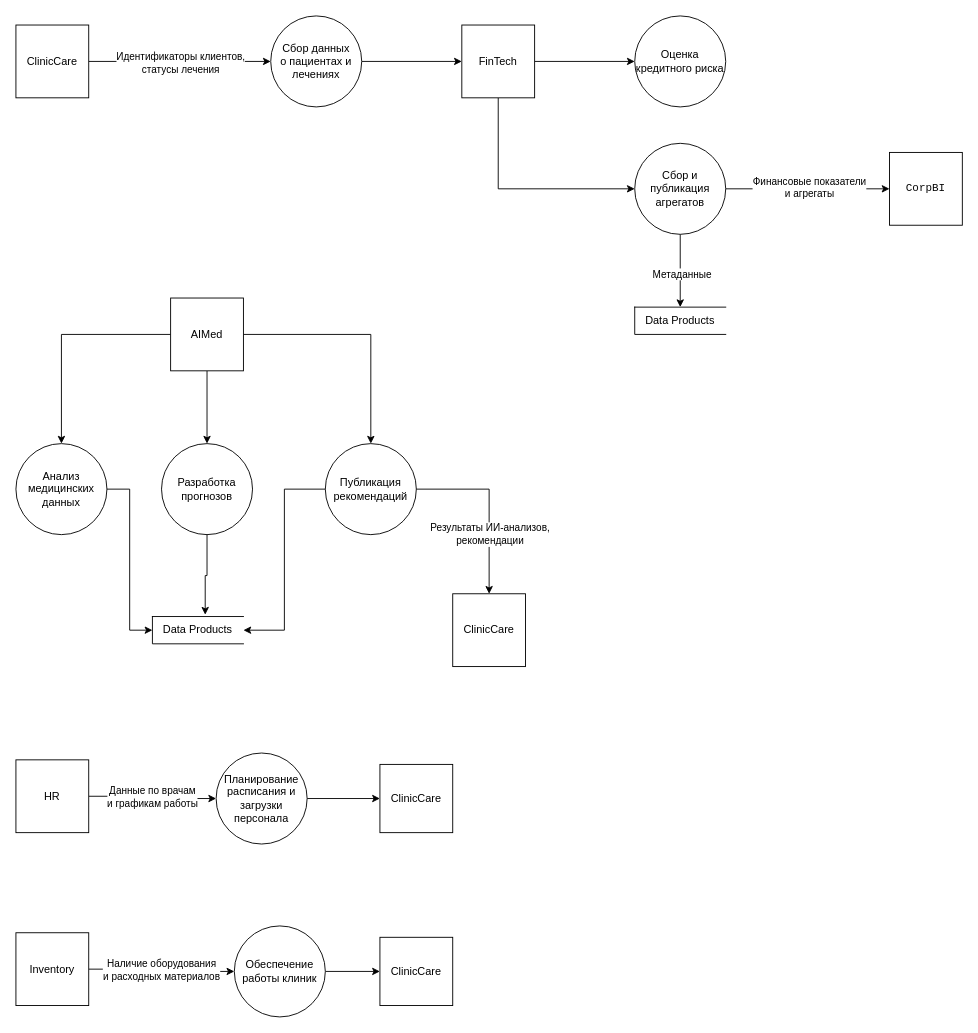
The draw.io diagram task2/dfd.drawio in kuzmicheva-lyudmila/architecture-future_2_0, before the edit. Source tidied: cells renumbered, new cells numbered last; positions are measured from the earlier drawing's top-left corner, leaving out a move shared by most shapes. Both pictures are drawn from the tidied source at 91%, with x=0, y=0 at pixel (15, 15).
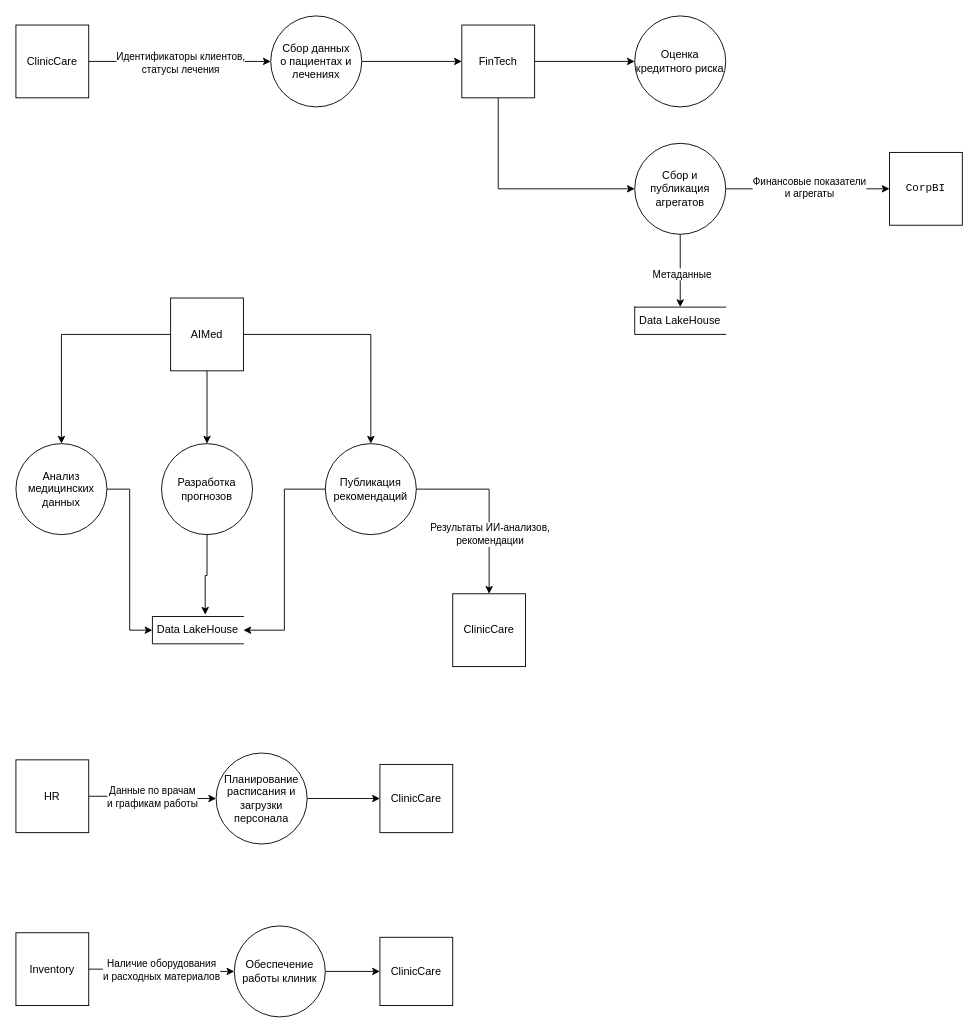
After the change.

The edit, as a diff of the source:
```diff
@@
-    <mxCell id="17" value="Data Products" style="html=1;dashed=0;whiteSpace=wrap;shape=partialRectangle;right=0;" parent="1" vertex="1">
+    <mxCell id="17" value="Data LakeHouse" style="html=1;dashed=0;whiteSpace=wrap;shape=partialRectangle;right=0;" parent="1" vertex="1">
       <mxGeometry x="680" y="320" width="100" height="30" as="geometry" />
     </mxCell>
@@
-    <mxCell id="31" value="Data Products" style="html=1;dashed=0;whiteSpace=wrap;shape=partialRectangle;right=0;" parent="1" vertex="1">
+    <mxCell id="31" value="Data LakeHouse" style="html=1;dashed=0;whiteSpace=wrap;shape=partialRectangle;right=0;" parent="1" vertex="1">
       <mxGeometry x="150" y="660" width="100" height="30" as="geometry" />
     </mxCell>
```
